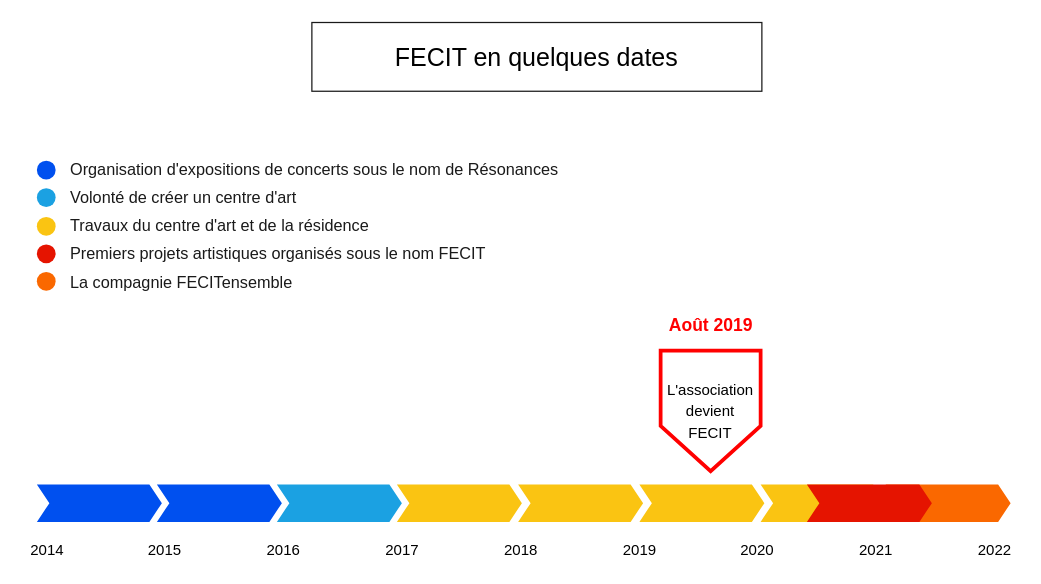
Above: timeline_fecit.drawio in sebatease/cvperso (draw.io), before the change. Source tidied: cells renumbered, new cells numbered last; positions are measured from the earlier drawing's top-left corner, leaving out a move shared by most shapes. Both pictures are drawn from the tidied source at 125%, with x=0, y=0 at pixel (21, 22).
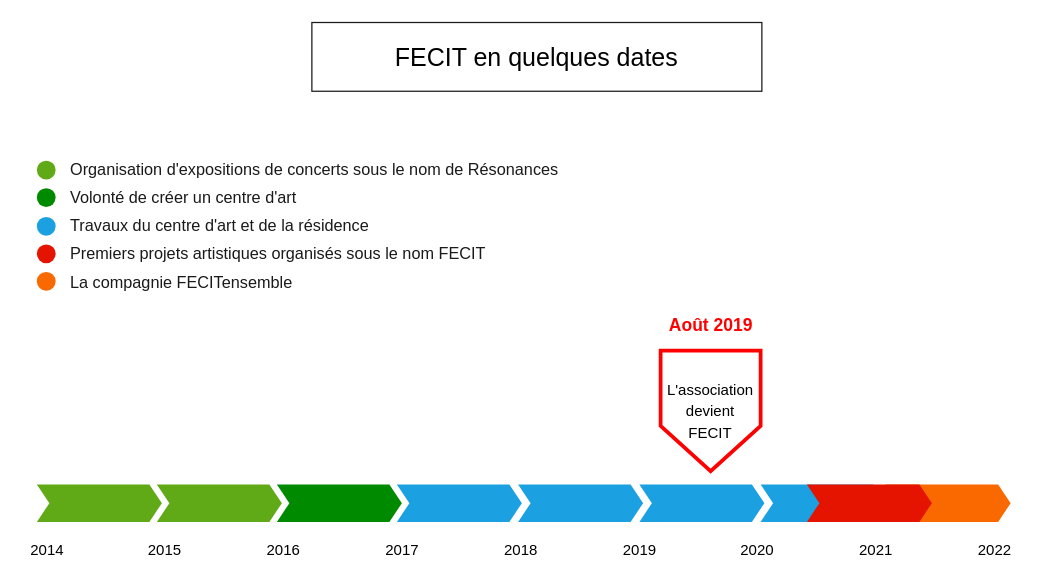
The same diagram, later.

The change refers to these unchanged cells:
```xml
<mxCell id="21" style="group;flipV=1;" parent="1" vertex="1">
  <mxGeometry x="12" y="110" width="15" height="104" as="geometry" />
</mxCell>
```

What changed in the source:
```diff
@@
-    <mxCell id="13" style="html=1;shadow=0;dashed=0;align=center;verticalAlign=middle;shape=mxgraph.arrows2.arrow;dy=0;dx=10;notch=10;fontSize=14;fillColor=#FAC412;fontColor=#000000;strokeColor=none;" parent="1" vertex="1">
+    <mxCell id="13" style="html=1;shadow=0;dashed=0;align=center;verticalAlign=middle;shape=mxgraph.arrows2.arrow;dy=0;dx=10;notch=10;fontSize=14;fillColor=#1ba1e2;fontColor=#ffffff;strokeColor=none;" parent="1" vertex="1">
       <mxGeometry x="397" y="369" width="100" height="30" as="geometry" />
     </mxCell>
-    <mxCell id="14" style="html=1;shadow=0;dashed=0;align=center;verticalAlign=middle;shape=mxgraph.arrows2.arrow;dy=0;dx=10;notch=10;fontSize=14;fillColor=#FAC412;fontColor=#000000;strokeColor=none;" parent="1" vertex="1">
+    <mxCell id="14" style="html=1;shadow=0;dashed=0;align=center;verticalAlign=middle;shape=mxgraph.arrows2.arrow;dy=0;dx=10;notch=10;fontSize=14;fillColor=#1ba1e2;fontColor=#ffffff;strokeColor=none;" parent="1" vertex="1">
       <mxGeometry x="494" y="369" width="100" height="30" as="geometry" />
     </mxCell>
-    <mxCell id="15" style="html=1;shadow=0;dashed=0;align=center;verticalAlign=middle;shape=mxgraph.arrows2.arrow;dy=0;dx=10;notch=10;fontSize=14;fillColor=#FAC412;fontColor=#000000;strokeColor=none;" parent="1" vertex="1">
+    <mxCell id="15" style="html=1;shadow=0;dashed=0;align=center;verticalAlign=middle;shape=mxgraph.arrows2.arrow;dy=0;dx=10;notch=10;fontSize=14;fillColor=#1ba1e2;fontColor=#ffffff;strokeColor=none;" parent="1" vertex="1">
       <mxGeometry x="591" y="369" width="100" height="30" as="geometry" />
     </mxCell>
-    <mxCell id="16" style="html=1;shadow=0;dashed=0;align=center;verticalAlign=middle;shape=mxgraph.arrows2.arrow;dy=0;dx=10;notch=10;fontSize=14;fillColor=#1ba1e2;fontColor=#ffffff;strokeColor=none;" parent="1" vertex="1">
+    <mxCell id="16" style="html=1;shadow=0;dashed=0;align=center;verticalAlign=middle;shape=mxgraph.arrows2.arrow;dy=0;dx=10;notch=10;fontSize=14;fillColor=#008a00;fontColor=#ffffff;strokeColor=none;" parent="1" vertex="1">
       <mxGeometry x="204" y="369" width="100" height="30" as="geometry" />
     </mxCell>
-    <mxCell id="17" style="html=1;shadow=0;dashed=0;align=center;verticalAlign=middle;shape=mxgraph.arrows2.arrow;dy=0;dx=10;notch=10;fontSize=14;fillColor=#FAC412;fontColor=#000000;strokeColor=none;" parent="1" vertex="1">
+    <mxCell id="17" style="html=1;shadow=0;dashed=0;align=center;verticalAlign=middle;shape=mxgraph.arrows2.arrow;dy=0;dx=10;notch=10;fontSize=14;fillColor=#1ba1e2;fontColor=#ffffff;strokeColor=none;" parent="1" vertex="1">
       <mxGeometry x="300" y="369" width="100" height="30" as="geometry" />
     </mxCell>
@@
-    <mxCell id="19" style="html=1;shadow=0;dashed=0;align=center;verticalAlign=middle;shape=mxgraph.arrows2.arrow;dy=0;dx=10;notch=10;fontSize=14;fillColor=#0050ef;fontColor=#ffffff;strokeColor=none;" parent="1" vertex="1">
+    <mxCell id="19" style="html=1;shadow=0;dashed=0;align=center;verticalAlign=middle;shape=mxgraph.arrows2.arrow;dy=0;dx=10;notch=10;fontSize=14;fillColor=#60a917;fontColor=#ffffff;strokeColor=none;" parent="1" vertex="1">
       <mxGeometry x="12" y="369" width="100" height="30" as="geometry" />
     </mxCell>
-    <mxCell id="20" style="html=1;shadow=0;dashed=0;align=center;verticalAlign=middle;shape=mxgraph.arrows2.arrow;dy=0;dx=10;notch=10;fontSize=14;fillColor=#0050ef;fontColor=#ffffff;strokeColor=none;" parent="1" vertex="1">
+    <mxCell id="20" style="html=1;shadow=0;dashed=0;align=center;verticalAlign=middle;shape=mxgraph.arrows2.arrow;dy=0;dx=10;notch=10;fontSize=14;fillColor=#60a917;fontColor=#ffffff;strokeColor=none;" parent="1" vertex="1">
       <mxGeometry x="108" y="369" width="100" height="30" as="geometry" />
     </mxCell>
@@
-    <mxCell id="24" style="ellipse;whiteSpace=wrap;html=1;fontSize=13;fontColor=#FF0000;strokeColor=none;strokeWidth=3;fillColor=#FAC412;rotation=180;flipV=0;flipH=1;" parent="21" vertex="1">
+    <mxCell id="24" style="ellipse;whiteSpace=wrap;html=1;fontSize=13;fontColor=#ffffff;strokeColor=none;strokeWidth=3;fillColor=#1ba1e2;rotation=180;flipV=0;flipH=1;" parent="21" vertex="1">
       <mxGeometry y="45" width="15" height="15" as="geometry" />
     </mxCell>
-    <mxCell id="25" style="ellipse;whiteSpace=wrap;html=1;fontSize=14;fontColor=#ffffff;strokeColor=none;strokeWidth=3;fillColor=#1ba1e2;shadow=0;dashed=0;rotation=180;flipV=0;flipH=1;" parent="21" vertex="1">
+    <mxCell id="25" style="ellipse;whiteSpace=wrap;html=1;fontSize=14;fontColor=#ffffff;strokeColor=none;strokeWidth=3;fillColor=#008a00;shadow=0;dashed=0;rotation=180;flipV=0;flipH=1;" parent="21" vertex="1">
       <mxGeometry y="22" width="15" height="15" as="geometry" />
     </mxCell>
-    <mxCell id="26" style="ellipse;whiteSpace=wrap;html=1;fontSize=14;fontColor=#ffffff;strokeColor=none;strokeWidth=3;fillColor=#0050ef;shadow=0;dashed=0;rotation=180;flipV=0;flipH=1;" parent="21" vertex="1">
+    <mxCell id="26" style="ellipse;whiteSpace=wrap;html=1;fontSize=14;fontColor=#ffffff;strokeColor=none;strokeWidth=3;fillColor=#60a917;shadow=0;dashed=0;rotation=180;flipV=0;flipH=1;" parent="21" vertex="1">
       <mxGeometry width="15" height="15" as="geometry" />
     </mxCell>
```
